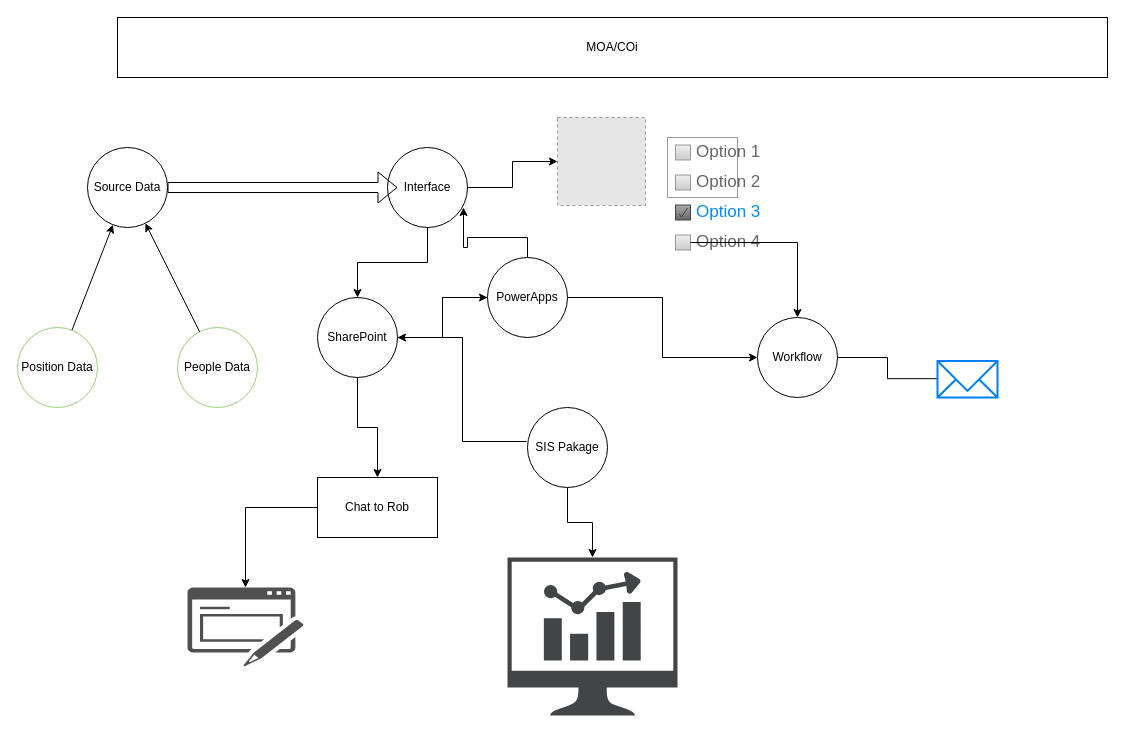
The draw.io diagram Untitled Diagram.drawio in DragonX73/DragonX73, before the edit. Source tidied: cells renumbered, new cells numbered last; positions are measured from the earlier drawing's top-left corner, leaving out a move shared by most shapes. Both pictures are drawn from the tidied source at 100%, with x=0, y=0 at pixel (17, 17). Pictures stored in the file or linked from it are replaced by grey dashed boxes.
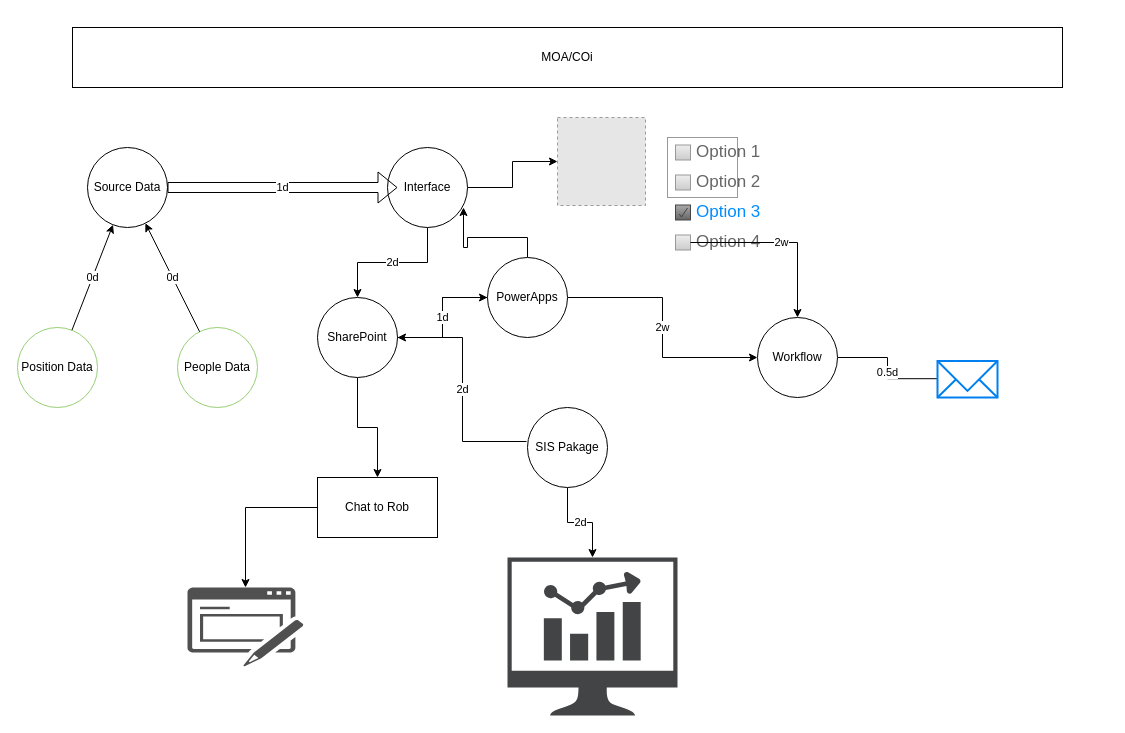
The same page after the edit.

The change refers to these unchanged cells:
```xml
<mxCell id="2" value="Source Data" style="ellipse;whiteSpace=wrap;html=1;" parent="1" vertex="1">
  <mxGeometry x="70" y="130" width="80" height="80" as="geometry" />
</mxCell>
<mxCell id="3" value="Position Data" style="ellipse;whiteSpace=wrap;html=1;strokeColor=#97D077;" parent="1" vertex="1">
  <mxGeometry y="310" width="80" height="80" as="geometry" />
</mxCell>
<mxCell id="4" value="People Data" style="ellipse;whiteSpace=wrap;html=1;strokeColor=#97D077;" parent="1" vertex="1">
  <mxGeometry x="160" y="310" width="80" height="80" as="geometry" />
</mxCell>
<mxCell id="6" value="Workflow" style="ellipse;whiteSpace=wrap;html=1;" parent="1" vertex="1">
  <mxGeometry x="740" y="300" width="80" height="80" as="geometry" />
</mxCell>
<mxCell id="9" value="Interface" style="ellipse;whiteSpace=wrap;html=1;" parent="1" vertex="1">
  <mxGeometry x="370" y="130" width="80" height="80" as="geometry" />
</mxCell>
<mxCell id="17" value="PowerApps" style="ellipse;whiteSpace=wrap;html=1;" parent="1" vertex="1">
  <mxGeometry x="470" y="240" width="80" height="80" as="geometry" />
</mxCell>
<mxCell id="21" value="SharePoint" style="ellipse;whiteSpace=wrap;html=1;" parent="1" vertex="1">
  <mxGeometry x="300" y="280" width="80" height="80" as="geometry" />
</mxCell>
<mxCell id="22" style="html=1;verticalLabelPosition=bottom;align=center;labelBackgroundColor=#ffffff;verticalAlign=top;strokeWidth=2;strokeColor=#0080F0;shadow=0;dashed=0;shape=mxgraph.ios7.icons.mail;" parent="1" vertex="1">
  <mxGeometry x="920" y="343.5" width="60" height="36.5" as="geometry" />
</mxCell>
<mxCell id="28" value="Option 4" style="strokeWidth=1;shadow=0;dashed=0;align=center;html=1;shape=mxgraph.mockup.forms.rrect;rSize=0;fillColor=#eeeeee;strokeColor=#999999;gradientColor=#cccccc;align=left;spacingLeft=4;fontSize=17;fontColor=#666666;labelPosition=right;" parent="24" vertex="1">
  <mxGeometry x="8" y="97.5" width="15" height="15" as="geometry" />
</mxCell>
<mxCell id="33" style="sketch=0;shadow=0;dashed=0;html=1;strokeColor=none;fillColor=#434445;labelPosition=center;verticalLabelPosition=bottom;verticalAlign=top;align=center;outlineConnect=0;shape=mxgraph.vvd.nsx_dashboard;" parent="1" vertex="1">
  <mxGeometry x="490" y="540" width="170" height="158.1" as="geometry" />
</mxCell>
<mxCell id="34" value="SIS Pakage" style="ellipse;whiteSpace=wrap;html=1;" parent="1" vertex="1">
  <mxGeometry x="510" y="390" width="80" height="80" as="geometry" />
</mxCell>
```

What changed in the source:
```diff
@@
-    <mxCell id="5" style="edgeStyle=orthogonalEdgeStyle;rounded=0;jettySize=auto;html=1;entryX=0.133;entryY=0.485;entryDx=0;entryDy=0;entryPerimeter=0;" parent="1" edge="1" source="6" target="22">
+    <mxCell id="5" value="0.5d" style="edgeStyle=orthogonalEdgeStyle;rounded=0;jettySize=auto;html=1;entryX=0.133;entryY=0.485;entryDx=0;entryDy=0;entryPerimeter=0;" parent="1" edge="1" source="6" target="22">
       <mxGeometry relative="1" as="geometry" />
     </mxCell>
@@
-    <mxCell id="7" style="edgeStyle=orthogonalEdgeStyle;rounded=0;jettySize=auto;html=1;" parent="1" edge="1" source="9" target="21">
+    <mxCell id="7" value="2d" style="edgeStyle=orthogonalEdgeStyle;rounded=0;jettySize=auto;html=1;" parent="1" edge="1" source="9" target="21">
       <mxGeometry relative="1" as="geometry" />
     </mxCell>
@@
     <mxCell id="10" value="MOA/COi" style="rounded=0;whiteSpace=wrap;html=1;" parent="1" vertex="1">
-      <mxGeometry x="100" width="990" height="60" as="geometry" />
+      <mxGeometry x="55" y="10" width="990" height="60" as="geometry" />
     </mxCell>
-    <mxCell id="11" style="endArrow=classic;html=1;rounded=0;" parent="1" edge="1" source="3" target="2">
+    <mxCell id="11" value="0d" style="endArrow=classic;html=1;rounded=0;" parent="1" edge="1" source="3" target="2">
       <mxGeometry relative="1" as="geometry" />
     </mxCell>
-    <mxCell id="12" style="endArrow=classic;html=1;rounded=0;" parent="1" edge="1" source="4" target="2">
+    <mxCell id="12" value="0d" style="endArrow=classic;html=1;rounded=0;" parent="1" edge="1" source="4" target="2">
       <mxGeometry relative="1" as="geometry" />
     </mxCell>
-    <mxCell id="13" style="shape=flexArrow;endArrow=classic;html=1;rounded=0;" parent="1" edge="1" source="2">
+    <mxCell id="13" value="1d" style="shape=flexArrow;endArrow=classic;html=1;rounded=0;" parent="1" edge="1" source="2">
       <mxGeometry relative="1" as="geometry">
         <mxPoint x="380" y="170" as="targetPoint" />
       </mxGeometry>
     </mxCell>
@@
-    <mxCell id="15" style="edgeStyle=orthogonalEdgeStyle;rounded=0;jettySize=auto;html=1;" parent="1" edge="1" source="17" target="6">
+    <mxCell id="15" value="2w" style="edgeStyle=orthogonalEdgeStyle;rounded=0;jettySize=auto;html=1;" parent="1" edge="1" source="17" target="6">
       <mxGeometry relative="1" as="geometry" />
     </mxCell>
@@
-    <mxCell id="18" style="edgeStyle=orthogonalEdgeStyle;rounded=0;jettySize=auto;html=1;" parent="1" edge="1" source="21" target="17">
+    <mxCell id="18" value="1d" style="edgeStyle=orthogonalEdgeStyle;rounded=0;jettySize=auto;html=1;" parent="1" edge="1" source="21" target="17">
       <mxGeometry relative="1" as="geometry" />
     </mxCell>
@@
-    <mxCell id="20" style="edgeStyle=orthogonalEdgeStyle;rounded=0;jettySize=auto;html=1;startArrow=none;" parent="1" edge="1" source="34" target="33">
+    <mxCell id="20" value="2d" style="edgeStyle=orthogonalEdgeStyle;rounded=0;jettySize=auto;html=1;startArrow=none;" parent="1" edge="1" source="34" target="33">
       <mxGeometry relative="1" as="geometry" />
     </mxCell>
@@
-    <mxCell id="31" style="edgeStyle=orthogonalEdgeStyle;rounded=0;jettySize=auto;html=1;" parent="1" edge="1" source="28" target="6">
+    <mxCell id="31" value="2w" style="edgeStyle=orthogonalEdgeStyle;rounded=0;jettySize=auto;html=1;" parent="1" edge="1" source="28" target="6">
       <mxGeometry relative="1" as="geometry" />
     </mxCell>
@@
-    <mxCell id="35" style="edgeStyle=orthogonalEdgeStyle;rounded=0;jettySize=auto;html=1;endArrow=none;entryX=-0.012;entryY=0.425;entryDx=0;entryDy=0;entryPerimeter=0;" parent="1" edge="1" source="21" target="34">
+    <mxCell id="35" value="2d" style="edgeStyle=orthogonalEdgeStyle;rounded=0;jettySize=auto;html=1;endArrow=none;entryX=-0.012;entryY=0.425;entryDx=0;entryDy=0;entryPerimeter=0;" parent="1" edge="1" source="21" target="34">
       <mxGeometry relative="1" as="geometry" />
     </mxCell>
```
